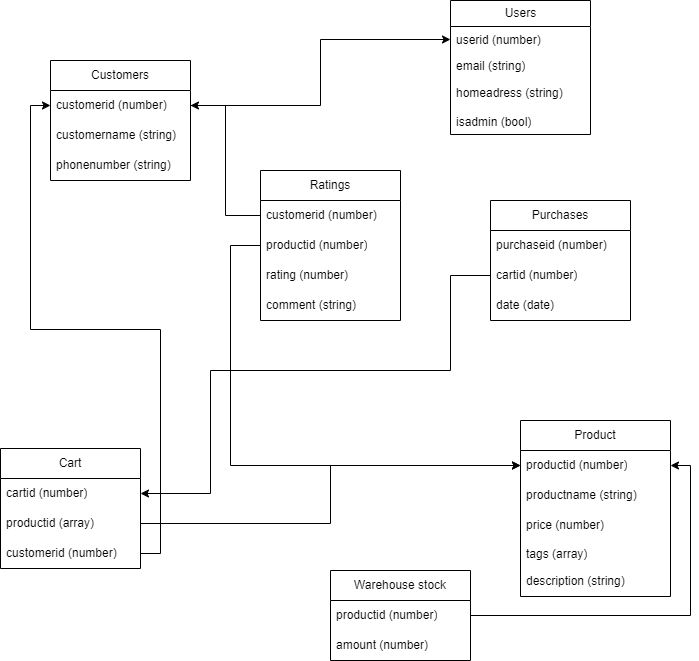
Above: adatbazisterv/adatbazisterv.drawio.png in NoSignificantFrustration/RF1 (draw.io), before the change. Source tidied: cells renumbered, new cells last; positions are measured from the earlier drawing's top-left corner, leaving out a move shared by most shapes.
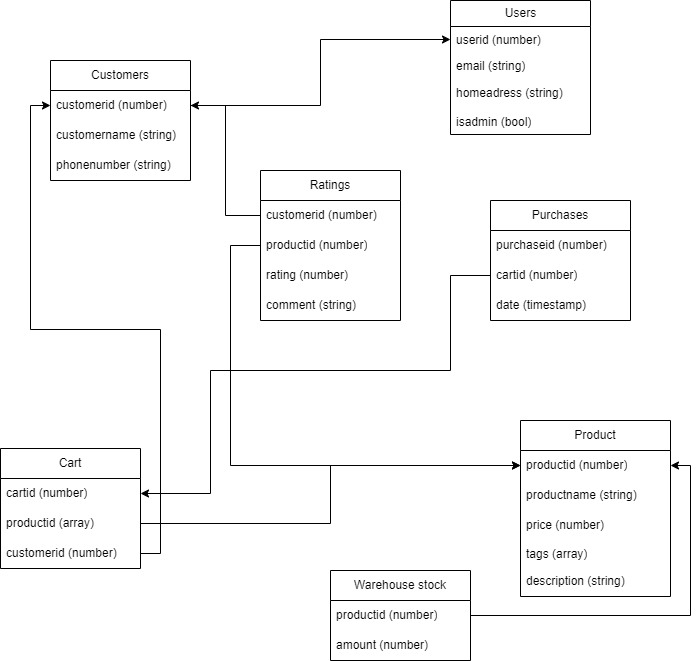
The same diagram one commit later.

Commit message:
timestamp mert nem volt jó az előző....

The edit, as a diff of the source:
```diff
@@ -68,7 +68,7 @@
     <mxCell id="23" value="cartid (number)" style="text;strokeColor=none;fillColor=none;align=left;verticalAlign=middle;spacingLeft=4;spacingRight=4;overflow=hidden;points=[[0,0.5],[1,0.5]];portConstraint=eastwest;whiteSpace=wrap;html=1;" parent="21" vertex="1">
       <mxGeometry y="60" width="140" height="30" as="geometry" />
     </mxCell>
-    <mxCell id="24" value="date (date)" style="text;strokeColor=none;fillColor=none;align=left;verticalAlign=middle;spacingLeft=4;spacingRight=4;overflow=hidden;whiteSpace=wrap;html=1;" parent="21" vertex="1">
+    <mxCell id="24" value="date (timestamp)" style="text;strokeColor=none;fillColor=none;align=left;verticalAlign=middle;spacingLeft=4;spacingRight=4;overflow=hidden;whiteSpace=wrap;html=1;" parent="21" vertex="1">
       <mxGeometry y="90" width="140" height="30" as="geometry" />
     </mxCell>
     <mxCell id="25" value="Warehouse stock" style="swimlane;fontStyle=0;horizontal=1;startSize=30;whiteSpace=wrap;html=1;" parent="1" vertex="1">
```
